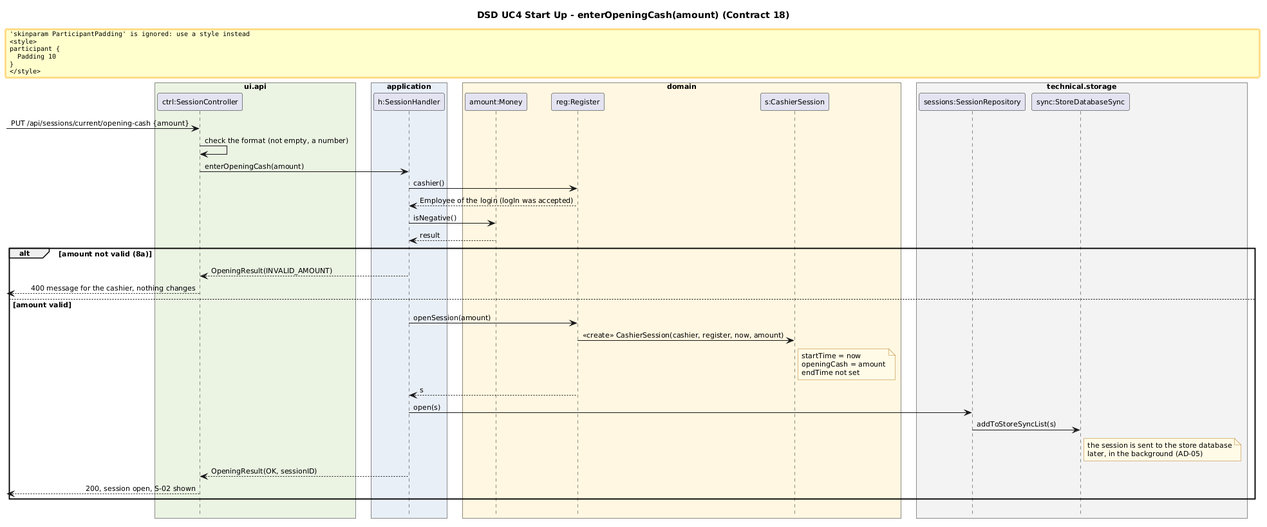
This is assets/dsd_uc4_enterOpeningCash.png from bhsei/26D, a PlantUML export, as it was before one commit. Its diagram source:
```plantuml
@startuml
title DSD UC4 Start Up - enterOpeningCash(amount) (Contract 18)
skinparam shadowing false
skinparam defaultFontName Arial
skinparam defaultFontSize 11
skinparam sequenceMessageAlign left
skinparam ParticipantPadding 10
skinparam BoxPadding 6
skinparam NoteBackgroundColor #FFFBE6
skinparam NoteBorderColor #B7791F
hide footbox
box "ui.api" #EAF2E3
  participant "ctrl:SessionController" as C
end box
box "application" #E8EEF7
  participant "h:SessionHandler" as H
end box
box "domain" #FFF7E0
  participant "amount:Money" as M
  participant "reg:Register" as REG
  participant "s:CashierSession" as S
end box
box "technical.storage" #F2F2F2
  participant "sessions:SessionRepository" as SR
  participant "sync:StoreDatabaseSync" as SYNC
end box

[-> C : PUT /api/sessions/current/opening-cash {amount}
C -> C : check the format (not empty, a number)
C -> H : enterOpeningCash(amount)
H -> REG : cashier()
REG --> H : Employee of the login (logIn was accepted)
H -> M : isNegative()
M --> H : result
alt amount not valid (8a)
  H --> C : OpeningResult(INVALID_AMOUNT)
  C -->[ : 400 message for the cashier, nothing changes
else amount valid
  H -> REG : openSession(amount)
  REG -> S : <<create>> CashierSession(cashier, register, now, amount)
  note right of S : startTime = now\nopeningCash = amount\nendTime not set
  REG --> H : s
  H -> SR : open(s)
  SR -> SYNC : addToStoreSyncList(s)
  note right of SYNC : the session is sent to the store database\nlater, in the background (AD-05)
  H --> C : OpeningResult(OK, sessionID)
  C -->[ : 200, session open, S-02 shown
end
@enduml
```
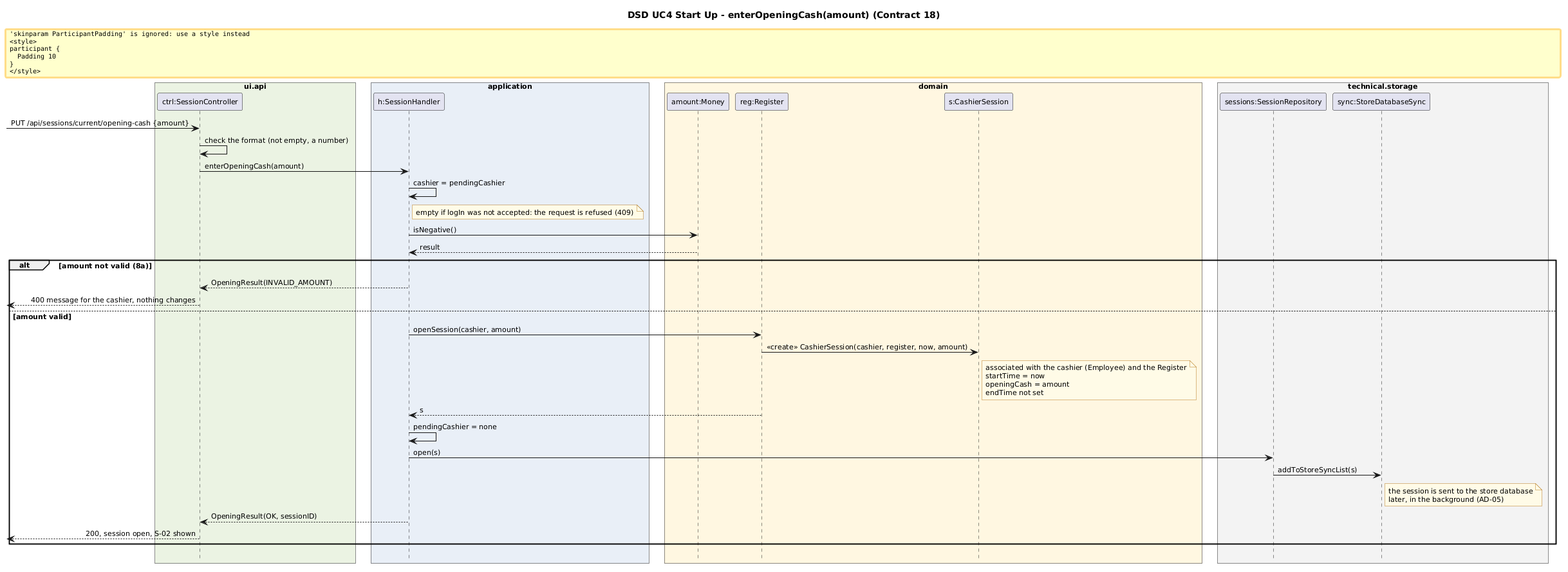
Later version of the same file.

Commit message:
W11 - UC4 DSD enterOpeningCash (image); PNG of the diagram

Diff of the diagram source:
```diff
@@ -28,18 +28,19 @@
 [-> C : PUT /api/sessions/current/opening-cash {amount}
 C -> C : check the format (not empty, a number)
 C -> H : enterOpeningCash(amount)
-H -> REG : cashier()
-REG --> H : Employee of the login (logIn was accepted)
+H -> H : cashier = pendingCashier
+note right of H : empty if logIn was not accepted: the request is refused (409)
 H -> M : isNegative()
 M --> H : result
 alt amount not valid (8a)
   H --> C : OpeningResult(INVALID_AMOUNT)
   C -->[ : 400 message for the cashier, nothing changes
 else amount valid
-  H -> REG : openSession(amount)
+  H -> REG : openSession(cashier, amount)
   REG -> S : <<create>> CashierSession(cashier, register, now, amount)
-  note right of S : startTime = now\nopeningCash = amount\nendTime not set
+  note right of S : associated with the cashier (Employee) and the Register\nstartTime = now\nopeningCash = amount\nendTime not set
   REG --> H : s
+  H -> H : pendingCashier = none
   H -> SR : open(s)
   SR -> SYNC : addToStoreSyncList(s)
   note right of SYNC : the session is sent to the store database\nlater, in the background (AD-05)
```
